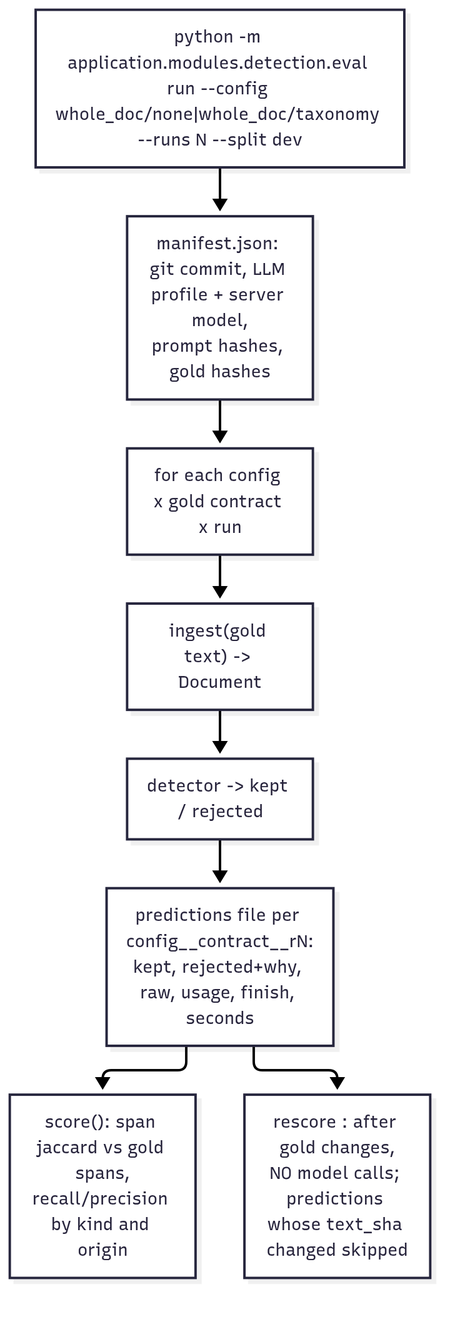
Before: docs/diagrams/m3_eval.png, a diagram exported from Mermaid (hoanglax/ContractRiskAnalyzer). Its source is kept beside it as docs/diagrams/m3_eval.mmd.
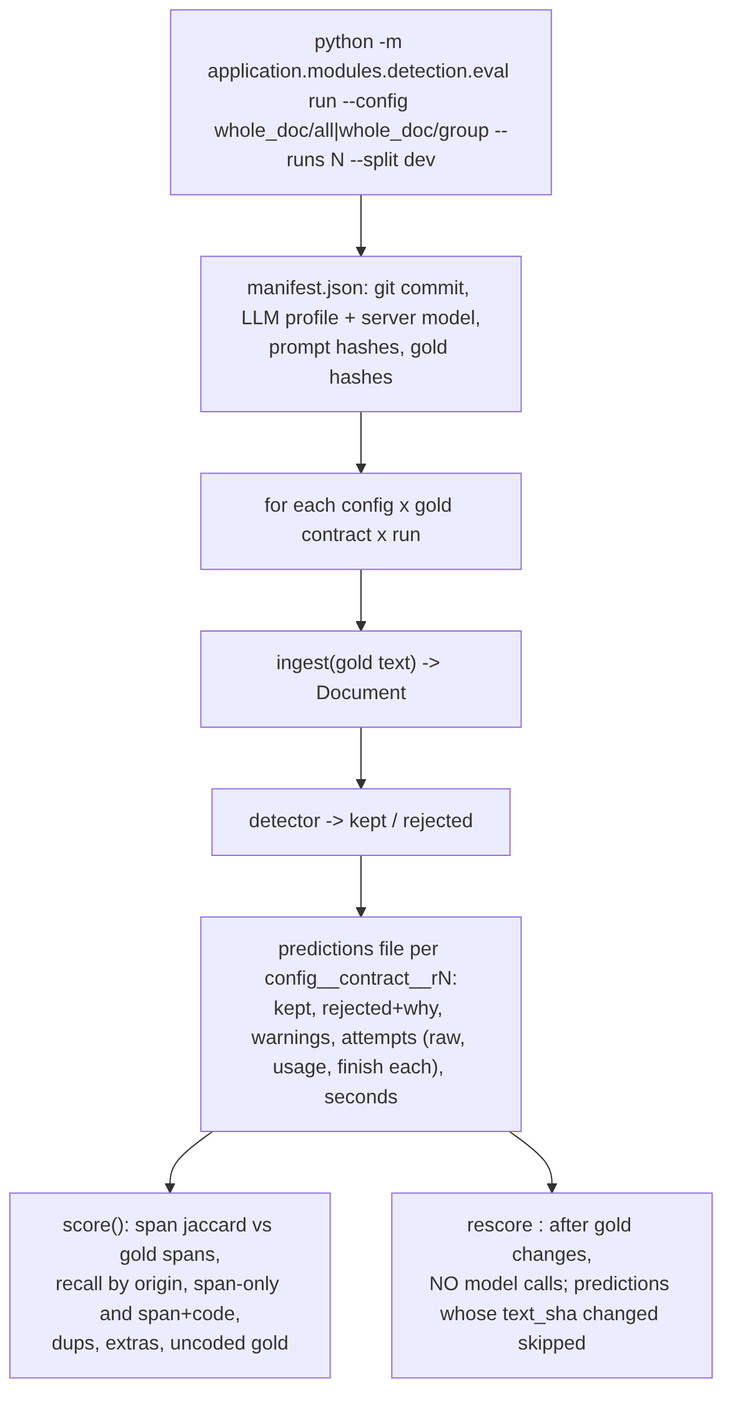
After the change.

Commit message:
docs: M3 diagrams match the code (closed-set gate, retries, code-aware scoring)

Diff of the diagram source:
```diff
@@ -1,9 +1,9 @@
 graph TB
-    CLI["python -m application.modules.detection.eval run --config whole_doc/none|whole_doc/taxonomy --runs N --split dev"]
+    CLI["python -m application.modules.detection.eval run --config whole_doc/all|whole_doc/group --runs N --split dev"]
     CLI --> MAN["manifest.json: git commit, LLM profile + server model,<br/>prompt hashes, gold hashes"]
     MAN --> LOOP["for each config x gold contract x run"]
     LOOP --> ING["ingest(gold text) -> Document"]
     ING --> DET["detector -> kept / rejected"]
-    DET --> PRED["predictions file per config__contract__rN:<br/>kept, rejected+why, raw, usage, finish, seconds"]
-    PRED --> SC["score(): span jaccard vs gold spans,<br/>recall/precision by kind and origin"]
+    DET --> PRED["predictions file per config__contract__rN:<br/>kept, rejected+why, warnings, attempts (raw, usage, finish each), seconds"]
+    PRED --> SC["score(): span jaccard vs gold spans,<br/>recall by origin, span-only and span+code,<br/>dups, extras, uncoded gold"]
     PRED --> RES["rescore <run dir>: after gold changes,<br/>NO model calls; predictions whose text_sha changed skipped"]
```
